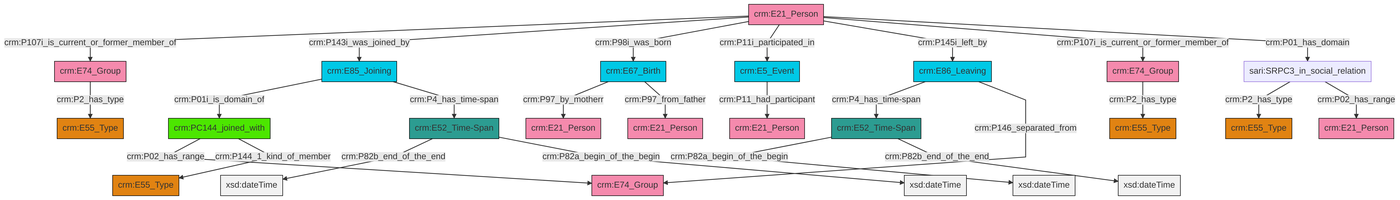
Before: et/personCSV/ttl/mmd/png/Person_Actor_Relations.png, a diagram exported from Mermaid (swiss-art-research-net/reference-data-models). Its source is kept beside it as et/personCSV/ttl/mmd/Person_Actor_Relations.ttl.mmd.
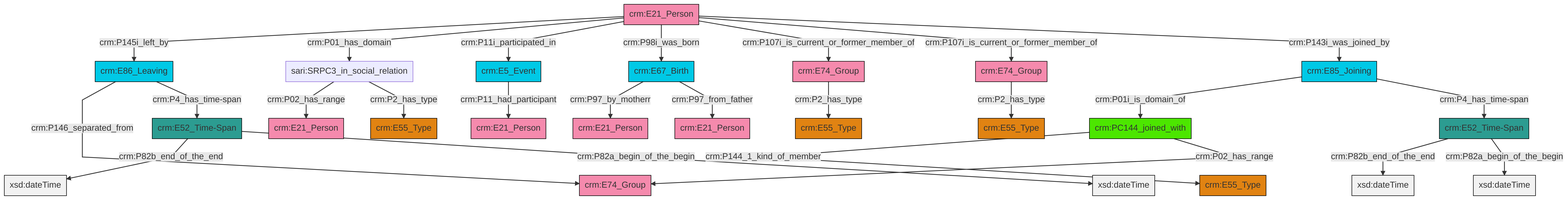
After the change.

Change to the diagram source:
```diff
@@ -13,27 +13,27 @@
 classDef PC_Classes fill:#4ce600, stroke:#000000;
 classDef Multi fill:#cccccc,stroke:#000000;
 
-2["crm:E21_Person"]:::Actor -->|crm:P107i_is_current_or_former_member_of| 3["crm:E74_Group"]:::Actor
-4["crm:E85_Joining"]:::Temporal_Entity -->|crm:P01i_is_domain_of| 5["crm:PC144_joined_with"]:::PC_Classes
-6["crm:E52_Time-Span"]:::Time-Span -->|crm:P82b_end_of_the_end| 7[xsd:dateTime]:::Literal
-2["crm:E21_Person"]:::Actor -->|crm:P143i_was_joined_by| 4["crm:E85_Joining"]:::Temporal_Entity
-4["crm:E85_Joining"]:::Temporal_Entity -->|crm:P4_has_time-span| 6["crm:E52_Time-Span"]:::Time-Span
-2["crm:E21_Person"]:::Actor -->|crm:P98i_was_born| 13["crm:E67_Birth"]:::Temporal_Entity
-2["crm:E21_Person"]:::Actor -->|crm:P11i_participated_in| 14["crm:E5_Event"]:::Temporal_Entity
-15["crm:E86_Leaving"]:::Temporal_Entity -->|crm:P4_has_time-span| 16["crm:E52_Time-Span"]:::Time-Span
-16["crm:E52_Time-Span"]:::Time-Span -->|crm:P82a_begin_of_the_begin| 18[xsd:dateTime]:::Literal
-21["sari:SRPC3_in_social_relation"]:::Default -->|crm:P2_has_type| 22["crm:E55_Type"]:::Type
-6["crm:E52_Time-Span"]:::Time-Span -->|crm:P82a_begin_of_the_begin| 28[xsd:dateTime]:::Literal
-3["crm:E74_Group"]:::Actor -->|crm:P2_has_type| 19["crm:E55_Type"]:::Type
-21["sari:SRPC3_in_social_relation"]:::Default -->|crm:P02_has_range| 31["crm:E21_Person"]:::Actor
-2["crm:E21_Person"]:::Actor -->|crm:P145i_left_by| 15["crm:E86_Leaving"]:::Temporal_Entity
-15["crm:E86_Leaving"]:::Temporal_Entity -->|crm:P146_separated_from| 23["crm:E74_Group"]:::Actor
-14["crm:E5_Event"]:::Temporal_Entity -->|crm:P11_had_participant| 32["crm:E21_Person"]:::Actor
-13["crm:E67_Birth"]:::Temporal_Entity -->|crm:P97_by_motherr| 8["crm:E21_Person"]:::Actor
-16["crm:E52_Time-Span"]:::Time-Span -->|crm:P82b_end_of_the_end| 41[xsd:dateTime]:::Literal
-13["crm:E67_Birth"]:::Temporal_Entity -->|crm:P97_from_father| 39["crm:E21_Person"]:::Actor
-2["crm:E21_Person"]:::Actor -->|crm:P107i_is_current_or_former_member_of| 44["crm:E74_Group"]:::Actor
-5["crm:PC144_joined_with"]:::PC_Classes -->|crm:P02_has_range| 23["crm:E74_Group"]:::Actor
-2["crm:E21_Person"]:::Actor -->|crm:P01_has_domain| 21["sari:SRPC3_in_social_relation"]:::Default
-5["crm:PC144_joined_with"]:::PC_Classes -->|crm:P144_1_kind_of_member| 0["crm:E55_Type"]:::Type
-44["crm:E74_Group"]:::Actor -->|crm:P2_has_type| 36["crm:E55_Type"]:::Type
+2["crm:E5_Event"]:::Temporal_Entity -->|crm:P11_had_participant| 3["crm:E21_Person"]:::Actor
+0["crm:E86_Leaving"]:::Temporal_Entity -->|crm:P146_separated_from| 4["crm:E74_Group"]:::Actor
+12["crm:E85_Joining"]:::Temporal_Entity -->|crm:P01i_is_domain_of| 13["crm:PC144_joined_with"]:::PC_Classes
+14["crm:E21_Person"]:::Actor -->|crm:P145i_left_by| 0["crm:E86_Leaving"]:::Temporal_Entity
+8["crm:E52_Time-Span"]:::Time-Span -->|crm:P82b_end_of_the_end| 23[xsd:dateTime]:::Literal
+14["crm:E21_Person"]:::Actor -->|crm:P01_has_domain| 17["sari:SRPC3_in_social_relation"]:::Default
+14["crm:E21_Person"]:::Actor -->|crm:P11i_participated_in| 2["crm:E5_Event"]:::Temporal_Entity
+21["crm:E67_Birth"]:::Temporal_Entity -->|crm:P97_by_motherr| 24["crm:E21_Person"]:::Actor
+17["sari:SRPC3_in_social_relation"]:::Default -->|crm:P02_has_range| 27["crm:E21_Person"]:::Actor
+8["crm:E52_Time-Span"]:::Time-Span -->|crm:P82a_begin_of_the_begin| 29[xsd:dateTime]:::Literal
+14["crm:E21_Person"]:::Actor -->|crm:P98i_was_born| 21["crm:E67_Birth"]:::Temporal_Entity
+6["crm:E74_Group"]:::Actor -->|crm:P2_has_type| 35["crm:E55_Type"]:::Type
+36["crm:E74_Group"]:::Actor -->|crm:P2_has_type| 10["crm:E55_Type"]:::Type
+0["crm:E86_Leaving"]:::Temporal_Entity -->|crm:P4_has_time-span| 8["crm:E52_Time-Span"]:::Time-Span
+14["crm:E21_Person"]:::Actor -->|crm:P107i_is_current_or_former_member_of| 6["crm:E74_Group"]:::Actor
+21["crm:E67_Birth"]:::Temporal_Entity -->|crm:P97_from_father| 33["crm:E21_Person"]:::Actor
+38["crm:E52_Time-Span"]:::Time-Span -->|crm:P82b_end_of_the_end| 42[xsd:dateTime]:::Literal
+12["crm:E85_Joining"]:::Temporal_Entity -->|crm:P4_has_time-span| 38["crm:E52_Time-Span"]:::Time-Span
+13["crm:PC144_joined_with"]:::PC_Classes -->|crm:P144_1_kind_of_member| 15["crm:E55_Type"]:::Type
+14["crm:E21_Person"]:::Actor -->|crm:P107i_is_current_or_former_member_of| 36["crm:E74_Group"]:::Actor
+14["crm:E21_Person"]:::Actor -->|crm:P143i_was_joined_by| 12["crm:E85_Joining"]:::Temporal_Entity
+17["sari:SRPC3_in_social_relation"]:::Default -->|crm:P2_has_type| 19["crm:E55_Type"]:::Type
+13["crm:PC144_joined_with"]:::PC_Classes -->|crm:P02_has_range| 4["crm:E74_Group"]:::Actor
+38["crm:E52_Time-Span"]:::Time-Span -->|crm:P82a_begin_of_the_begin| 46[xsd:dateTime]:::Literal
```
